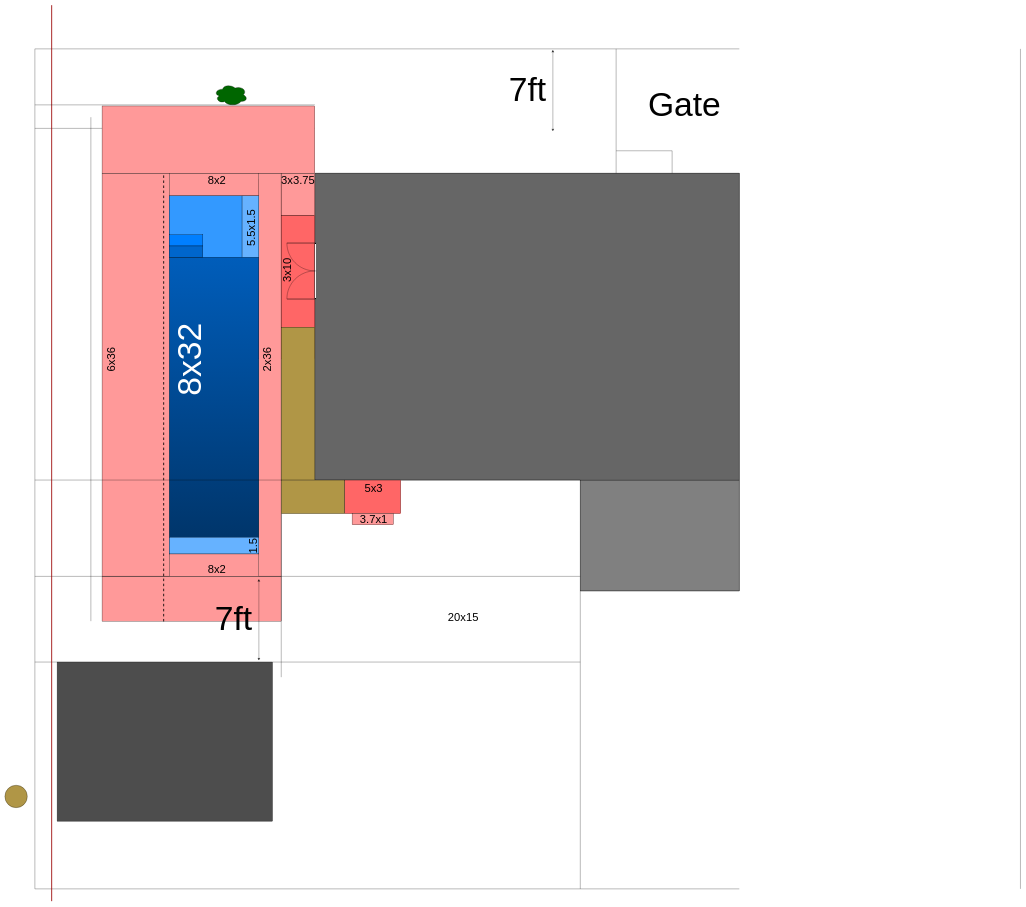
hikumealan/draw-io-diagrams keeps this draw.io diagram as Pool.drawio. Above is the earlier version. Source tidied: cells renumbered, new cells numbered last; positions are measured from the earlier drawing's top-left corner, leaving out a move shared by most shapes. Both pictures are drawn from the tidied source at 28%, with x=0, y=0 at pixel (5, 5).
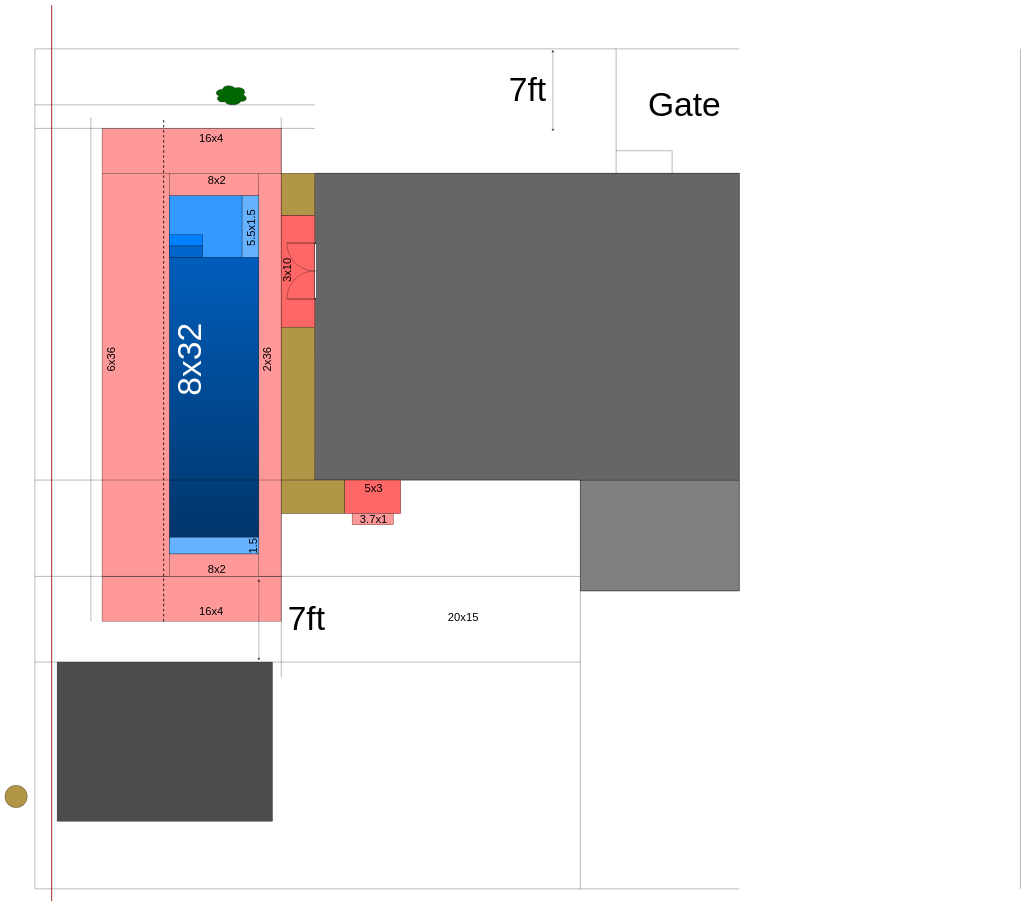
The same page after the edit.

The edit, as a diff of the source:
```diff
@@
+    <mxCell id="71" style="rounded=0;whiteSpace=wrap;html=1;fontSize=40;fontColor=#000000;fillColor=#FF9999;gradientColor=none;gradientDirection=north;" parent="1" vertex="1">
+      <mxGeometry x="347" y="440" width="640" height="160" as="geometry" />
+    </mxCell>
@@
-    <mxCell id="9" style="endArrow=none;html=1;" parent="1" edge="1">
+    <mxCell id="9" style="endArrow=none;html=1;startArrow=none;" parent="1" edge="1" source="75">
       <mxGeometry relative="1" as="geometry">
-        <mxPoint x="1107" y="600" as="sourcePoint" />
         <mxPoint x="1107" y="1696" as="targetPoint" />
       </mxGeometry>
     </mxCell>
@@
     <mxCell id="42" value="7ft" style="text;html=1;strokeColor=none;fillColor=none;align=center;verticalAlign=middle;whiteSpace=wrap;rounded=0;fontSize=120;" parent="1" vertex="1">
-      <mxGeometry x="787" y="2175" width="60" height="30" as="geometry" />
+      <mxGeometry x="1047" y="2175" width="60" height="30" as="geometry" />
     </mxCell>
@@
-    <mxCell id="53" style="rounded=0;whiteSpace=wrap;html=1;fontSize=120;fillColor=#FF9999;gradientColor=none;gradientDirection=north;" parent="1" vertex="1">
-      <mxGeometry x="987" y="600" width="120" height="150" as="geometry" />
-    </mxCell>
@@
-    <mxCell id="63" value="3x3.75" style="text;html=1;strokeColor=none;fillColor=none;align=center;verticalAlign=middle;whiteSpace=wrap;rounded=0;fontSize=40;fontColor=#000000;" parent="1" vertex="1">
-      <mxGeometry x="1017" y="610" width="60" height="30" as="geometry" />
-    </mxCell>
@@
-    <mxCell id="71" style="rounded=0;whiteSpace=wrap;html=1;fontSize=40;fontColor=#000000;fillColor=#FF9999;gradientColor=none;gradientDirection=north;" parent="1" vertex="1">
-      <mxGeometry x="347" y="360" width="760" height="240" as="geometry" />
-    </mxCell>
@@
+    <mxCell id="73" value="16x4" style="text;html=1;strokeColor=none;fillColor=none;align=center;verticalAlign=middle;whiteSpace=wrap;rounded=0;fontSize=40;fontColor=#000000;" parent="1" vertex="1">
+      <mxGeometry x="707" y="460" width="60" height="30" as="geometry" />
+    </mxCell>
+    <mxCell id="74" value="16x4" style="text;html=1;strokeColor=none;fillColor=none;align=center;verticalAlign=middle;whiteSpace=wrap;rounded=0;fontSize=40;fontColor=#000000;" parent="1" vertex="1">
+      <mxGeometry x="707" y="2150" width="60" height="30" as="geometry" />
+    </mxCell>
+    <mxCell id="75" style="rounded=0;whiteSpace=wrap;html=1;fillColor=#B09646;gradientColor=none;gradientDirection=north;" parent="1" vertex="1">
+      <mxGeometry x="987" y="600" width="120" height="150" as="geometry" />
+    </mxCell>
+    <mxCell id="76" style="endArrow=none;html=1;" parent="1" edge="1" target="75">
+      <mxGeometry relative="1" as="geometry">
+        <mxPoint x="1107" y="600" as="sourcePoint" />
+      </mxGeometry>
+    </mxCell>
```
